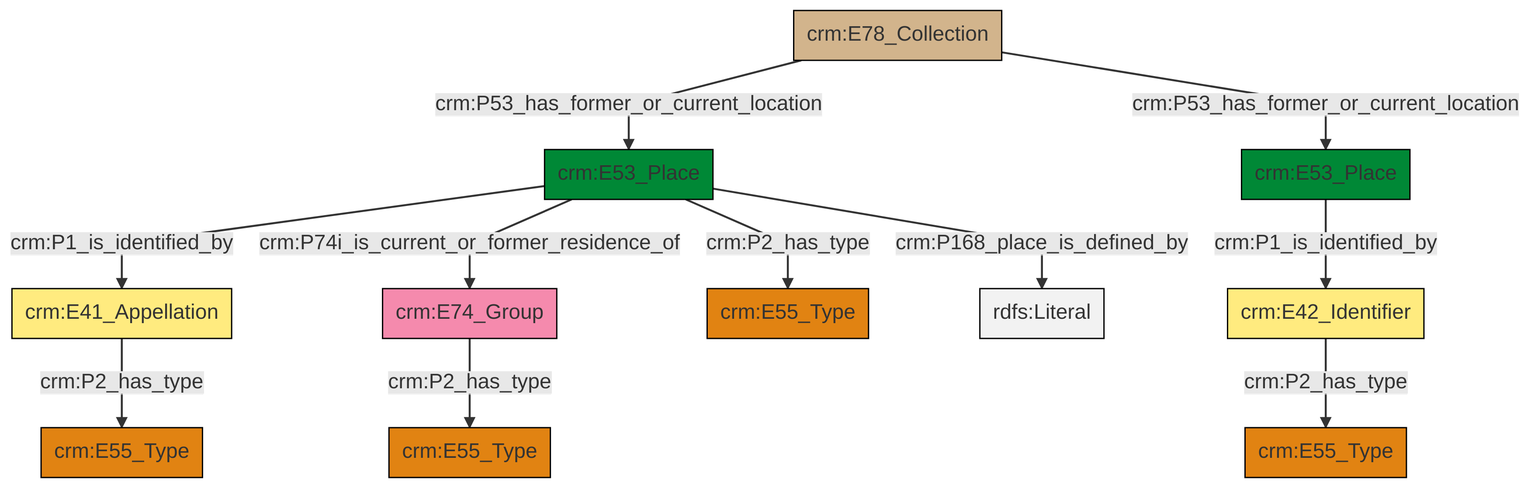
Before: et/archivalCSV/ttl/mmd/png/archival_location.png, a diagram exported from Mermaid (swiss-art-research-net/docs.swissartresearch). Its source is kept beside it as et/archivalCSV/ttl/mmd/archival_location.ttl.mmd.
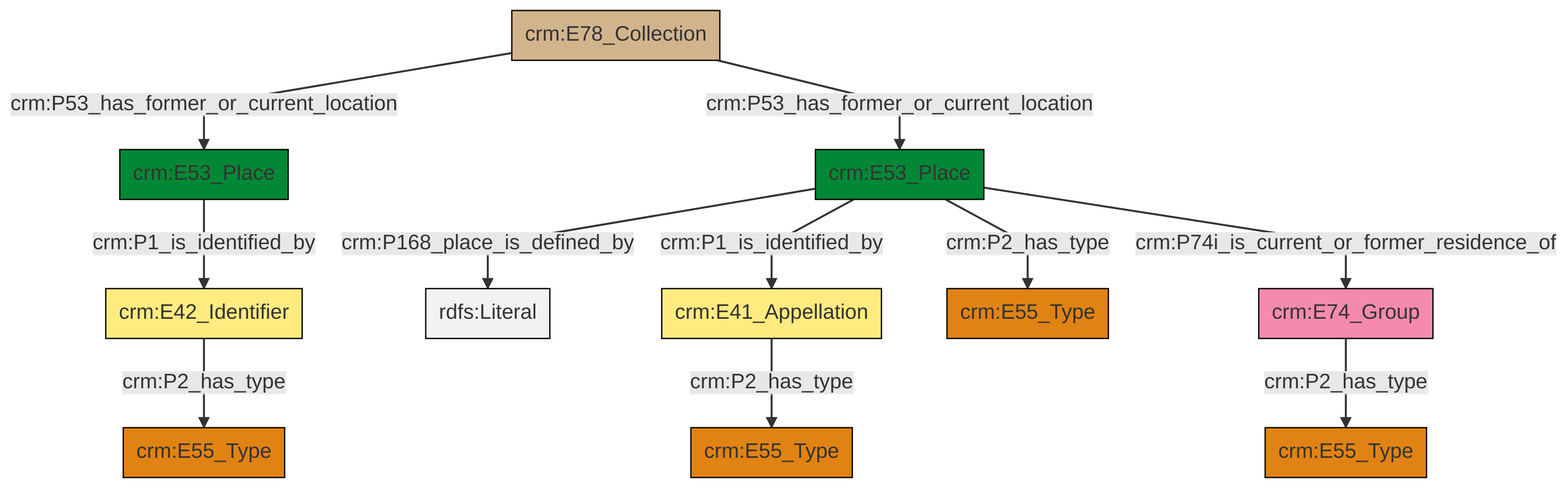
Later version of the same file.

The edit, as a diff of the source:
```diff
@@ -13,13 +13,13 @@
 classDef PC_Classes fill:#4ce600, stroke:#000000;
 classDef Multi fill:#cccccc,stroke:#000000;
 
-2["crm:E74_Group"]:::Actor -->|crm:P2_has_type| 3["crm:E55_Type"]:::Type
-8["crm:E53_Place"]:::Place -->|crm:P1_is_identified_by| 4["crm:E41_Appellation"]:::Appellation
-0["crm:E78_Collection"]:::Physical_Thing -->|crm:P53_has_former_or_current_location| 8["crm:E53_Place"]:::Place
-8["crm:E53_Place"]:::Place -->|crm:P2_has_type| 10["crm:E55_Type"]:::Type
-8["crm:E53_Place"]:::Place -->|crm:P168_place_is_defined_by| 17[rdfs:Literal]:::Literal
-0["crm:E78_Collection"]:::Physical_Thing -->|crm:P53_has_former_or_current_location| 11["crm:E53_Place"]:::Place
-11["crm:E53_Place"]:::Place -->|crm:P1_is_identified_by| 18["crm:E42_Identifier"]:::Appellation
-8["crm:E53_Place"]:::Place -->|crm:P74i_is_current_or_former_residence_of| 2["crm:E74_Group"]:::Actor
-4["crm:E41_Appellation"]:::Appellation -->|crm:P2_has_type| 6["crm:E55_Type"]:::Type
-18["crm:E42_Identifier"]:::Appellation -->|crm:P2_has_type| 13["crm:E55_Type"]:::Type
+0["crm:E78_Collection"]:::Physical_Thing -->|crm:P53_has_former_or_current_location| 1["crm:E53_Place"]:::Place
+2["crm:E53_Place"]:::Place -->|crm:P168_place_is_defined_by| 3[rdfs:Literal]:::Literal
+1["crm:E53_Place"]:::Place -->|crm:P1_is_identified_by| 4["crm:E42_Identifier"]:::Appellation
+0["crm:E78_Collection"]:::Physical_Thing -->|crm:P53_has_former_or_current_location| 2["crm:E53_Place"]:::Place
+10["crm:E41_Appellation"]:::Appellation -->|crm:P2_has_type| 12["crm:E55_Type"]:::Type
+2["crm:E53_Place"]:::Place -->|crm:P1_is_identified_by| 10["crm:E41_Appellation"]:::Appellation
+13["crm:E74_Group"]:::Actor -->|crm:P2_has_type| 5["crm:E55_Type"]:::Type
+2["crm:E53_Place"]:::Place -->|crm:P2_has_type| 15["crm:E55_Type"]:::Type
+4["crm:E42_Identifier"]:::Appellation -->|crm:P2_has_type| 7["crm:E55_Type"]:::Type
+2["crm:E53_Place"]:::Place -->|crm:P74i_is_current_or_former_residence_of| 13["crm:E74_Group"]:::Actor
```
